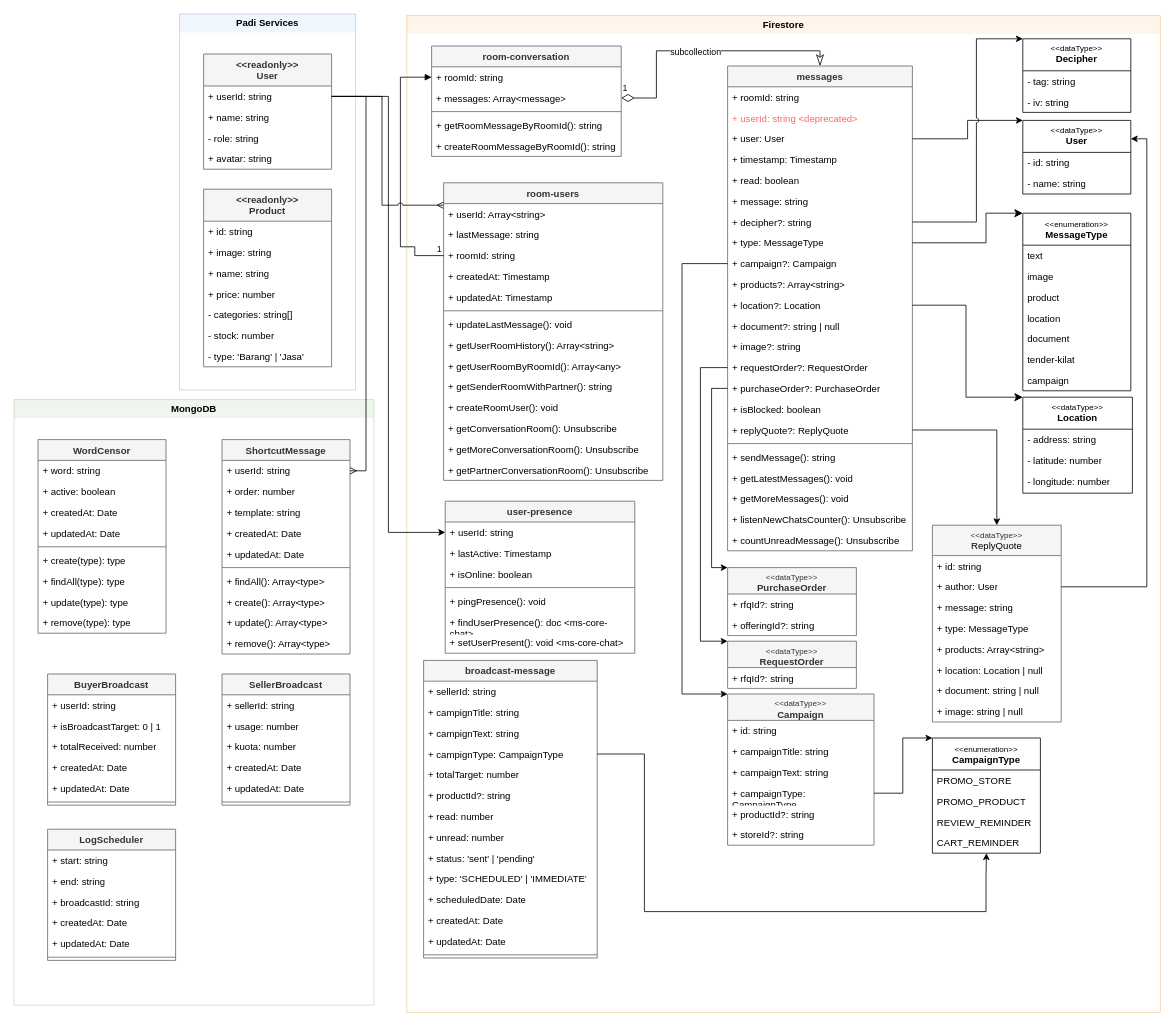
Above: page "Class Diagram" (3 of 8) of System Design Padi Chat.drawio in yogiprsetya/app.diagrams.net (draw.io), before the change. Source tidied: cells renumbered, new cells numbered last; positions are measured from the earlier drawing's top-left corner, leaving out a move shared by most shapes. Both pictures are drawn from the tidied source at 80%, with x=0, y=0 at pixel (14, 14).
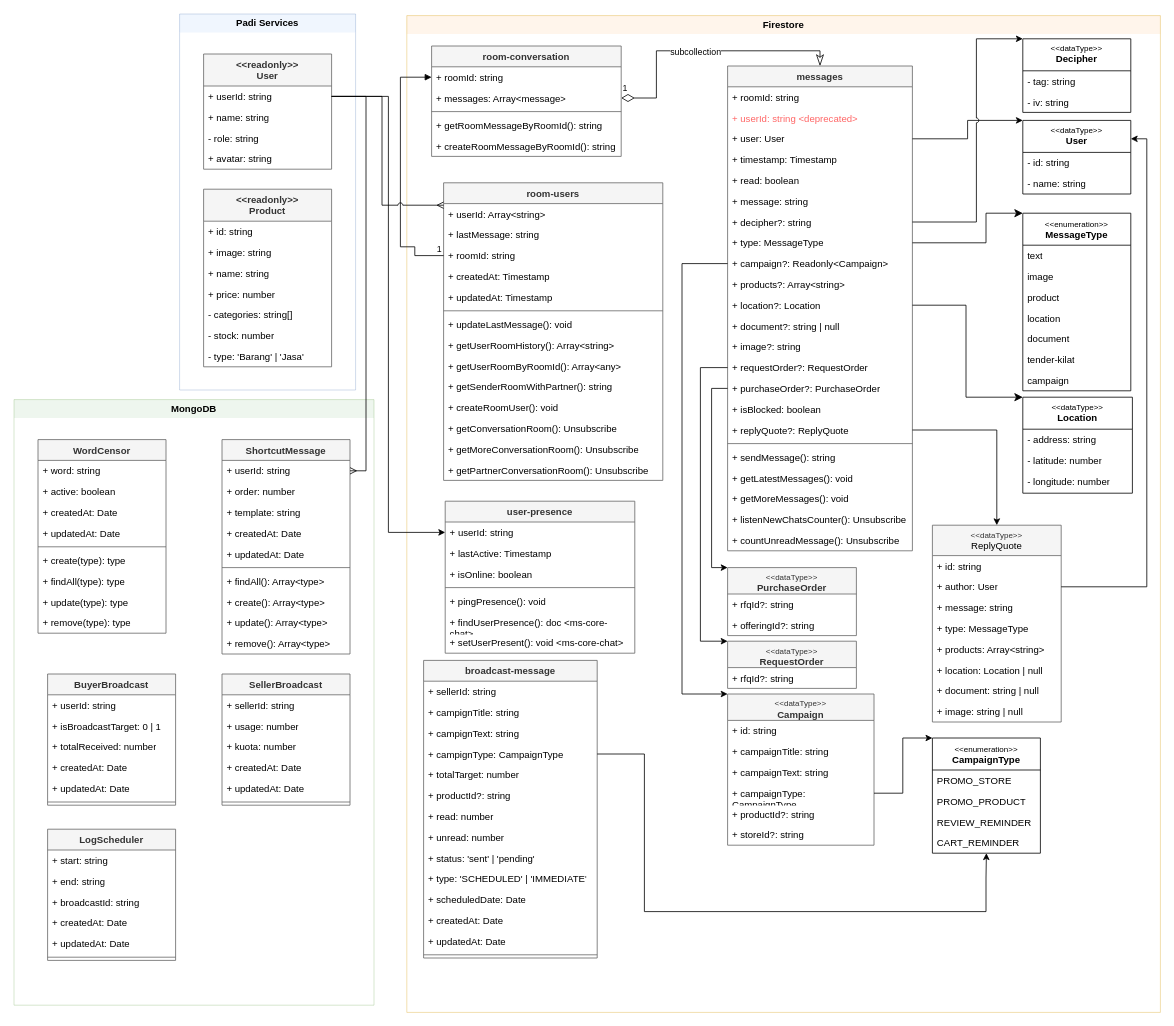
Above is the later version.

Unchanged cells that the change refers to:
```xml
<mxCell id="30" value="messages" style="swimlane;fontStyle=1;align=center;verticalAlign=top;horizontal=1;startSize=26;whiteSpace=wrap;html=1;fillColor=#f5f5f5;fontColor=#333333;strokeColor=#666666;" parent="2" vertex="1">
  <mxGeometry x="401" y="63" width="231" height="606" as="geometry" />
</mxCell>
```

Change to the diagram source:
```diff
@@
-    <mxCell id="39" value="&lt;div&gt;+ campaign?: Campaign&lt;/div&gt;" style="text;strokeColor=none;fillColor=none;align=left;verticalAlign=top;spacingLeft=4;spacingRight=4;overflow=hidden;points=[[0,0.5],[1,0.5]];portConstraint=eastwest;whiteSpace=wrap;html=1;" parent="30" vertex="1">
+    <mxCell id="39" value="&lt;div&gt;+ campaign?: Readonly&amp;lt;Campaign&amp;gt;&lt;/div&gt;" style="text;strokeColor=none;fillColor=none;align=left;verticalAlign=top;spacingLeft=4;spacingRight=4;overflow=hidden;points=[[0,0.5],[1,0.5]];portConstraint=eastwest;whiteSpace=wrap;html=1;" parent="30" vertex="1">
       <mxGeometry y="234" width="231" height="26" as="geometry" />
     </mxCell>
```
